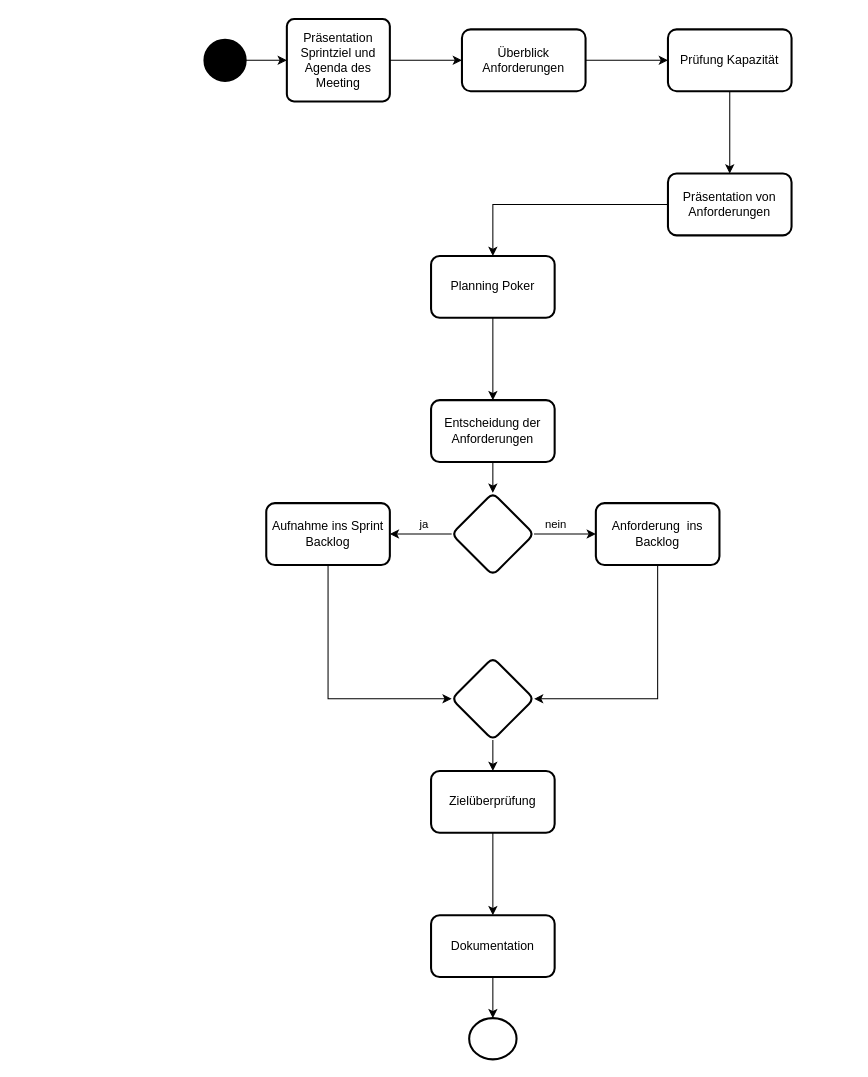
dhefel2s/Hbrs keeps this draw.io diagram as ü3.drawio. Above is the earlier version. Source tidied: cells renumbered, new cells numbered last; positions are measured from the earlier drawing's top-left corner, leaving out a move shared by most shapes. Both pictures are drawn from the tidied source at 103%, with x=0, y=0 at pixel (204, 19).
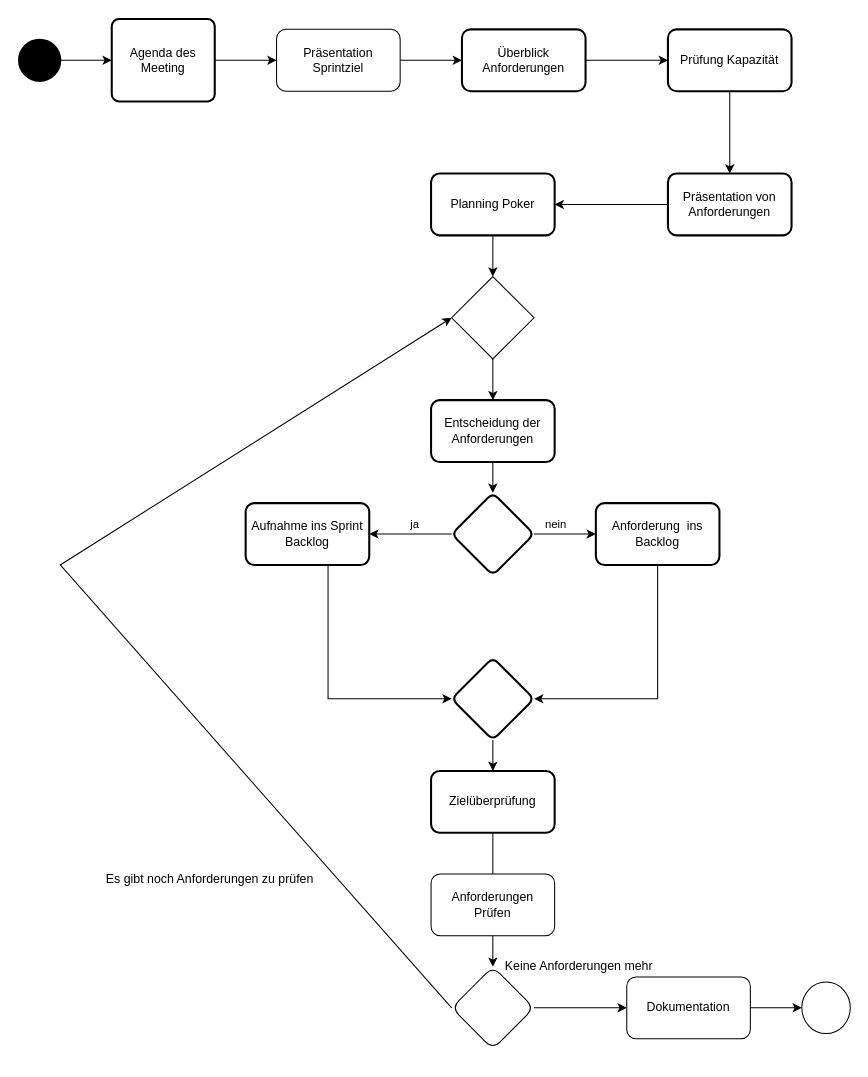
After the change.

Unchanged cells that the change refers to:
```xml
<mxCell id="7" value="Überblick Anforderungen" style="whiteSpace=wrap;html=1;rounded=1;arcSize=14;strokeWidth=2;" parent="1" vertex="1">
  <mxGeometry x="250" y="10" width="120" height="60" as="geometry" />
</mxCell>
<mxCell id="16" value="Entscheidung der Anforderungen" style="whiteSpace=wrap;html=1;rounded=1;arcSize=14;strokeWidth=2;" parent="1" vertex="1">
  <mxGeometry x="220" y="370" width="120" height="60" as="geometry" />
</mxCell>
<mxCell id="29" value="Zielüberprüfung" style="whiteSpace=wrap;html=1;rounded=1;arcSize=14;strokeWidth=2;" parent="1" vertex="1">
  <mxGeometry x="220" y="730" width="120" height="60" as="geometry" />
</mxCell>
```

What changed in the source:
```diff
@@
-    <mxCell id="2" style="edgeStyle=orthogonalEdgeStyle;rounded=0;jettySize=auto;html=1;" parent="1" edge="1" target="5">
-      <mxGeometry relative="1" as="geometry">
-        <mxPoint x="30" y="40" as="sourcePoint" />
-        <Array as="points">
-          <mxPoint x="80" y="40" />
-          <mxPoint x="80" y="40" />
-        </Array>
-      </mxGeometry>
-    </mxCell>
     <mxCell id="3" style="strokeWidth=2;html=1;shape=mxgraph.flowchart.start_2;whiteSpace=wrap;fillColor=#000000;" parent="1" vertex="1">
-      <mxGeometry y="20" width="40" height="40" as="geometry" />
+      <mxGeometry x="-180" y="20" width="40" height="40" as="geometry" />
     </mxCell>
-    <mxCell id="4" style="edgeStyle=orthogonalEdgeStyle;rounded=0;jettySize=auto;html=1;" parent="1" edge="1" source="5" target="7">
+    <mxCell id="4" style="edgeStyle=orthogonalEdgeStyle;rounded=0;jettySize=auto;html=1;" parent="1" edge="1" source="34" target="7">
       <mxGeometry relative="1" as="geometry" />
     </mxCell>
-    <mxCell id="5" value="Präsentation Sprintziel und Agenda des Meeting" style="rounded=1;whiteSpace=wrap;html=1;absoluteArcSize=1;arcSize=14;strokeWidth=2;" parent="1" vertex="1">
-      <mxGeometry x="80" width="100" height="80" as="geometry" />
+    <mxCell id="5" value="Agenda des Meeting" style="rounded=1;whiteSpace=wrap;html=1;absoluteArcSize=1;arcSize=14;strokeWidth=2;" parent="1" vertex="1">
+      <mxGeometry x="-90" width="100" height="80" as="geometry" />
     </mxCell>
@@
-    <mxCell id="13" style="edgeStyle=orthogonalEdgeStyle;rounded=0;jettySize=auto;html=1;" parent="1" edge="1" source="14" target="16">
+    <mxCell id="13" style="edgeStyle=orthogonalEdgeStyle;rounded=0;jettySize=auto;html=1;" parent="1" edge="1" source="39" target="16">
       <mxGeometry relative="1" as="geometry" />
     </mxCell>
     <mxCell id="14" value="Planning Poker" style="whiteSpace=wrap;html=1;rounded=1;arcSize=14;strokeWidth=2;" parent="1" vertex="1">
-      <mxGeometry x="220" y="230" width="120" height="60" as="geometry" />
+      <mxGeometry x="220" y="150" width="120" height="60" as="geometry" />
     </mxCell>
@@
     <mxCell id="23" value="Aufnahme ins Sprint Backlog" style="whiteSpace=wrap;html=1;rounded=1;arcSize=14;strokeWidth=2;" parent="1" vertex="1">
-      <mxGeometry x="60" y="470" width="120" height="60" as="geometry" />
+      <mxGeometry x="40" y="470" width="120" height="60" as="geometry" />
     </mxCell>
@@
-    <mxCell id="28" style="edgeStyle=orthogonalEdgeStyle;rounded=0;jettySize=auto;html=1;" parent="1" edge="1" source="29" target="31">
-      <mxGeometry relative="1" as="geometry" />
+    <mxCell id="28" style="edgeStyle=orthogonalEdgeStyle;rounded=0;jettySize=auto;html=1;" parent="1" edge="1" source="29">
+      <mxGeometry relative="1" as="geometry">
+        <mxPoint x="280" y="860" as="targetPoint" />
+      </mxGeometry>
     </mxCell>
@@
-    <mxCell id="30" style="edgeStyle=orthogonalEdgeStyle;rounded=0;jettySize=auto;html=1;" parent="1" edge="1" source="31" target="32">
-      <mxGeometry relative="1" as="geometry" />
-    </mxCell>
+    <mxCell id="33" style="edgeStyle=orthogonalEdgeStyle;rounded=0;jettySize=auto;html=1;" parent="1" edge="1" source="5" target="34">
+      <mxGeometry relative="1" as="geometry" />
+    </mxCell>
+    <mxCell id="34" value="Präsentation Sprintziel" style="rounded=1;whiteSpace=wrap;html=1;" parent="1" vertex="1">
+      <mxGeometry x="70" y="10" width="120" height="60" as="geometry" />
+    </mxCell>
+    <mxCell id="35" style="endArrow=classic;html=1;rounded=0;exitX=1;exitY=0.5;exitDx=0;exitDy=0;exitPerimeter=0;entryX=0;entryY=0.5;entryDx=0;entryDy=0;" parent="1" edge="1" source="3" target="5">
+      <mxGeometry relative="1" as="geometry" />
+    </mxCell>
+    <mxCell id="36" style="edgeStyle=orthogonalEdgeStyle;rounded=0;jettySize=auto;html=1;" parent="1" edge="1" source="37" target="41">
+      <mxGeometry relative="1" as="geometry" />
+    </mxCell>
+    <mxCell id="37" value="Anforderungen Prüfen" style="rounded=1;whiteSpace=wrap;html=1;" parent="1" vertex="1">
+      <mxGeometry x="220" y="830" width="120" height="60" as="geometry" />
+    </mxCell>
+    <mxCell id="38" style="edgeStyle=orthogonalEdgeStyle;rounded=0;jettySize=auto;html=1;" parent="1" edge="1" source="14" target="39">
+      <mxGeometry relative="1" as="geometry" />
+    </mxCell>
+    <mxCell id="39" style="rhombus;whiteSpace=wrap;html=1;" parent="1" vertex="1">
+      <mxGeometry x="240" y="250" width="80" height="80" as="geometry" />
+    </mxCell>
+    <mxCell id="40" style="edgeStyle=orthogonalEdgeStyle;rounded=0;jettySize=auto;html=1;" parent="1" edge="1" source="41" target="31">
+      <mxGeometry relative="1" as="geometry" />
+    </mxCell>
+    <mxCell id="41" style="rhombus;whiteSpace=wrap;html=1;rounded=1;" parent="1" vertex="1">
+      <mxGeometry x="240" y="920" width="80" height="80" as="geometry" />
+    </mxCell>
+    <mxCell id="42" style="endArrow=classic;html=1;rounded=0;exitX=0;exitY=0.5;exitDx=0;exitDy=0;entryX=0;entryY=0.5;entryDx=0;entryDy=0;" parent="1" edge="1" source="41" target="39">
+      <mxGeometry relative="1" as="geometry">
+        <Array as="points">
+          <mxPoint x="-140" y="530" />
+        </Array>
+      </mxGeometry>
+    </mxCell>
+    <mxCell id="43" value="Es gibt noch Anforderungen zu prüfen" style="text;html=1;align=center;verticalAlign=middle;strokeColor=none;fillColor=none;" parent="1" vertex="1">
+      <mxGeometry x="-110" y="820" width="230" height="30" as="geometry" />
+    </mxCell>
+    <mxCell id="44" style="edgeStyle=orthogonalEdgeStyle;rounded=0;jettySize=auto;html=1;" parent="1" edge="1" source="31" target="45">
+      <mxGeometry relative="1" as="geometry" />
+    </mxCell>
-    <mxCell id="31" value="Dokumentation" style="whiteSpace=wrap;html=1;rounded=1;arcSize=14;strokeWidth=2;" parent="1" vertex="1">
-      <mxGeometry x="220" y="870" width="120" height="60" as="geometry" />
+    <mxCell id="31" value="Dokumentation" style="whiteSpace=wrap;html=1;rounded=1;" parent="1" vertex="1">
+      <mxGeometry x="410" y="930" width="120" height="60" as="geometry" />
     </mxCell>
-    <mxCell id="32" style="ellipse;whiteSpace=wrap;html=1;rounded=1;arcSize=14;strokeWidth=2;" parent="1" vertex="1">
-      <mxGeometry x="257" y="970" width="46" height="40" as="geometry" />
-    </mxCell>
+    <mxCell id="45" style="ellipse;whiteSpace=wrap;html=1;rounded=1;" parent="1" vertex="1">
+      <mxGeometry x="580" y="935" width="47" height="50" as="geometry" />
+    </mxCell>
+    <mxCell id="46" value="Keine Anforderungen mehr&amp;nbsp;" style="text;html=1;align=center;verticalAlign=middle;strokeColor=none;fillColor=none;" parent="1" vertex="1">
+      <mxGeometry x="280" y="905" width="170" height="30" as="geometry" />
+    </mxCell>
```
